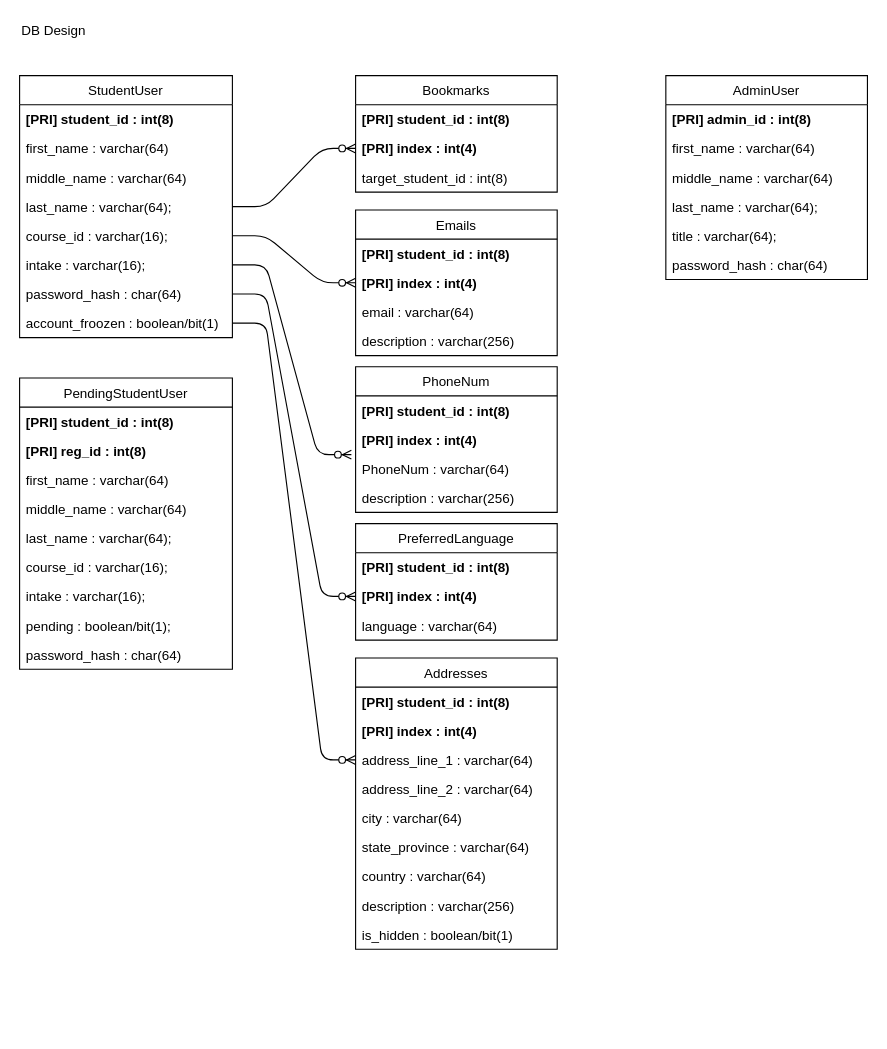
Earlier version of the draw.io diagram Design/Classes.drawio (DIT202003G1/WebDev20023404). Source tidied: cells renumbered, new cells numbered last; positions are measured from the earlier drawing's top-left corner, leaving out a move shared by most shapes. Both pictures are drawn from the tidied source at 112%, with x=0, y=0 at pixel (19, 19).
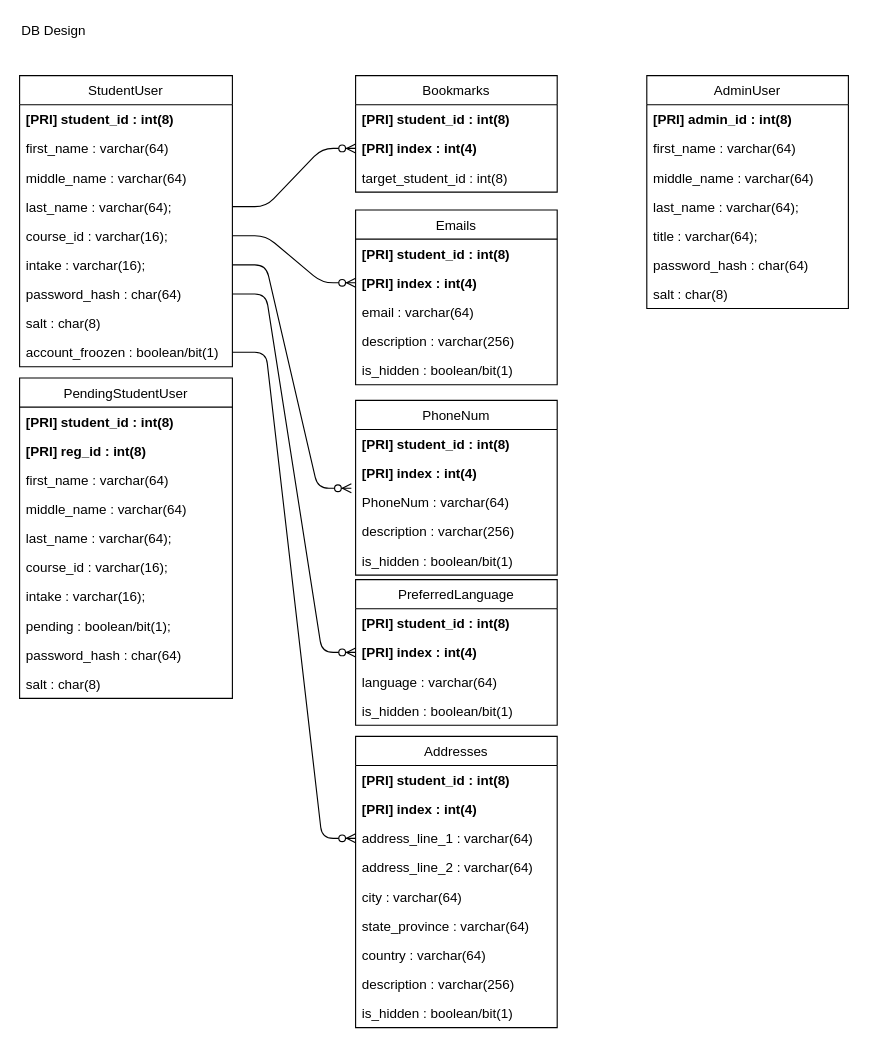
The same page after the edit.

Commit message (it also covers changes not shown here):
imroved design and flowchart

Diff of the diagram source:
```diff
@@
     <mxCell id="2" value="StudentUser" style="swimlane;fontStyle=0;horizontal=1;startSize=26;fillColor=none;" parent="1" vertex="1">
-      <mxGeometry y="50" width="190" height="234" as="geometry" />
+      <mxGeometry y="50" width="190" height="260" as="geometry" />
     </mxCell>
@@
+    <mxCell id="62" value="salt : char(8)&#10;&#10;" style="text;strokeColor=none;fillColor=none;align=left;verticalAlign=top;spacingLeft=4;spacingRight=4;overflow=hidden;" parent="2" vertex="1">
+      <mxGeometry y="208" width="190" height="26" as="geometry" />
+    </mxCell>
     <mxCell id="10" value="account_froozen : boolean/bit(1)" style="text;strokeColor=none;fillColor=none;align=left;verticalAlign=top;spacingLeft=4;spacingRight=4;overflow=hidden;points=[[0,0.5],[1,0.5]];portConstraint=eastwest;" parent="2" vertex="1">
-      <mxGeometry y="208" width="190" height="26" as="geometry" />
+      <mxGeometry y="234" width="190" height="26" as="geometry" />
     </mxCell>
@@
     <mxCell id="12" value="AdminUser" style="swimlane;fontStyle=0;horizontal=1;startSize=26;fillColor=none;" parent="1" vertex="1">
-      <mxGeometry x="577" y="50" width="180" height="182" as="geometry" />
+      <mxGeometry x="560" y="50" width="180" height="208" as="geometry" />
     </mxCell>
@@
+    <mxCell id="63" value="salt : char(8)&#10;&#10;" style="text;strokeColor=none;fillColor=none;align=left;verticalAlign=top;spacingLeft=4;spacingRight=4;overflow=hidden;" parent="12" vertex="1">
+      <mxGeometry y="182" width="180" height="26" as="geometry" />
+    </mxCell>
     <mxCell id="19" value="PendingStudentUser" style="swimlane;fontStyle=0;horizontal=1;startSize=26;fillColor=none;" parent="1" vertex="1">
-      <mxGeometry y="320" width="190" height="260" as="geometry" />
+      <mxGeometry y="320" width="190" height="286" as="geometry" />
     </mxCell>
@@
+    <mxCell id="64" value="salt : char(8)&#10;&#10;" style="text;strokeColor=none;fillColor=none;align=left;verticalAlign=top;spacingLeft=4;spacingRight=4;overflow=hidden;" parent="19" vertex="1">
+      <mxGeometry y="260" width="190" height="26" as="geometry" />
+    </mxCell>
@@
     <mxCell id="33" value="Emails" style="swimlane;fontStyle=0;horizontal=1;startSize=26;fillColor=none;" parent="1" vertex="1">
-      <mxGeometry x="300" y="170" width="180" height="130" as="geometry" />
+      <mxGeometry x="300" y="170" width="180" height="156" as="geometry" />
     </mxCell>
@@
+    <mxCell id="65" value="is_hidden : boolean/bit(1)" style="text;strokeColor=none;fillColor=none;align=left;verticalAlign=top;spacingLeft=4;spacingRight=4;overflow=hidden;" parent="33" vertex="1">
+      <mxGeometry y="130" width="180" height="26" as="geometry" />
+    </mxCell>
     <mxCell id="38" value="PhoneNum" style="swimlane;fontStyle=0;horizontal=1;startSize=26;fillColor=none;" parent="1" vertex="1">
-      <mxGeometry x="300" y="310" width="180" height="130" as="geometry" />
+      <mxGeometry x="300" y="340" width="180" height="156" as="geometry" />
     </mxCell>
@@
+    <mxCell id="66" value="is_hidden : boolean/bit(1)" style="text;strokeColor=none;fillColor=none;align=left;verticalAlign=top;spacingLeft=4;spacingRight=4;overflow=hidden;" parent="38" vertex="1">
+      <mxGeometry y="130" width="180" height="26" as="geometry" />
+    </mxCell>
     <mxCell id="43" value="PreferredLanguage" style="swimlane;fontStyle=0;horizontal=1;startSize=26;fillColor=none;" parent="1" vertex="1">
-      <mxGeometry x="300" y="450" width="180" height="104" as="geometry" />
+      <mxGeometry x="300" y="500" width="180" height="130" as="geometry" />
     </mxCell>
@@
+    <mxCell id="67" value="is_hidden : boolean/bit(1)" style="text;strokeColor=none;fillColor=none;align=left;verticalAlign=top;spacingLeft=4;spacingRight=4;overflow=hidden;" parent="43" vertex="1">
+      <mxGeometry y="104" width="180" height="26" as="geometry" />
+    </mxCell>
     <mxCell id="47" value="Addresses" style="swimlane;fontStyle=0;horizontal=1;startSize=26;fillColor=none;" parent="1" vertex="1">
-      <mxGeometry x="300" y="570" width="180" height="260" as="geometry" />
+      <mxGeometry x="300" y="640" width="180" height="260" as="geometry" />
     </mxCell>
```
